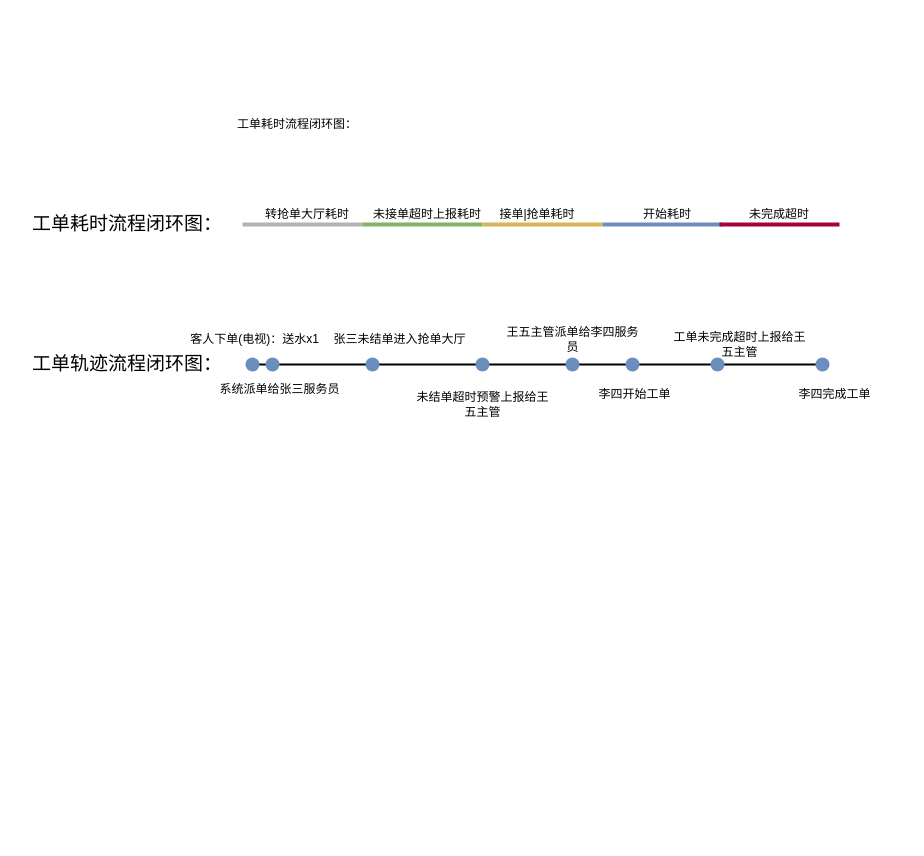
Earlier version of the draw.io diagram xzzh/服务管家流程整理.drawio (daniel-7d/draw). Source tidied: cells renumbered, new cells numbered last; positions are measured from the earlier drawing's top-left corner, leaving out a move shared by most shapes. Both pictures are drawn from the tidied source at 100%, with x=0, y=0 at pixel (22, 109).
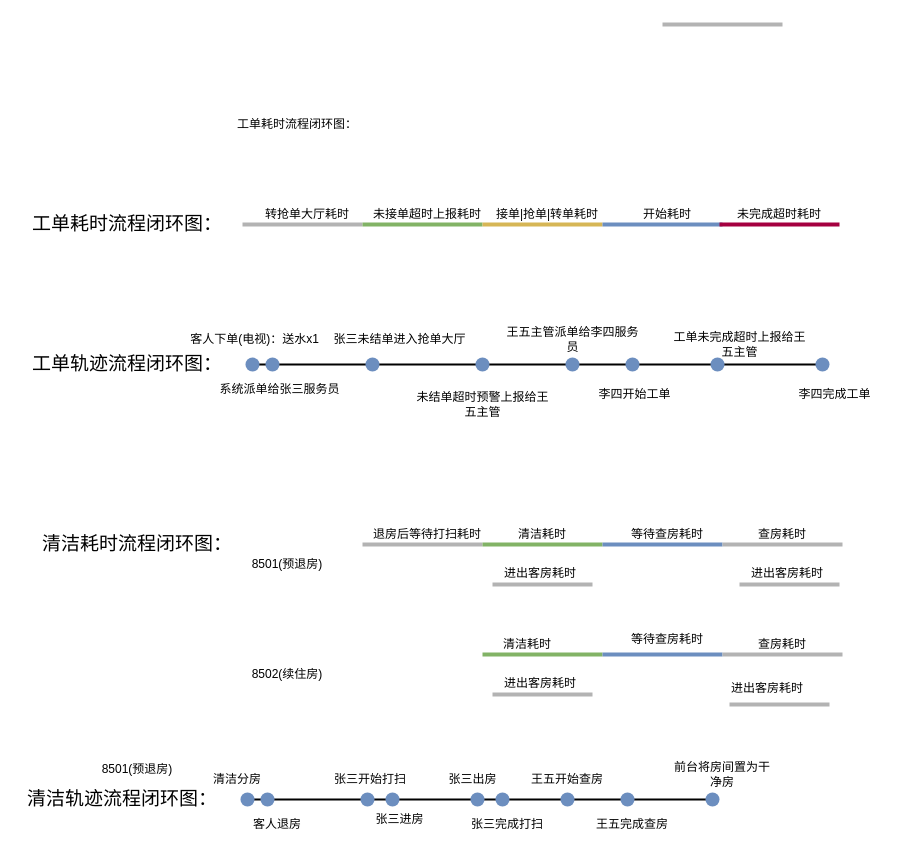
After the change.

Commit message (it also covers changes not shown here):
更新服务管家流程整理.drawio

What changed in the source:
```diff
@@
+    <mxCell id="32" style="line;strokeWidth=2;html=1;" parent="1" vertex="1">
+      <mxGeometry x="220" y="685" width="470" height="10" as="geometry" />
+    </mxCell>
@@
-    <mxCell id="6" value="接单|抢单耗时" style="text;html=1;align=center;verticalAlign=middle;whiteSpace=wrap;rounded=0;" parent="1" vertex="1">
-      <mxGeometry x="450" y="90" width="130" height="30" as="geometry" />
+    <mxCell id="6" value="接单|抢单|转单耗时" style="text;html=1;align=center;verticalAlign=middle;whiteSpace=wrap;rounded=0;" parent="1" vertex="1">
+      <mxGeometry x="460" y="90" width="130" height="30" as="geometry" />
     </mxCell>
@@
-    <mxCell id="10" value="未完成超时" style="text;html=1;align=center;verticalAlign=middle;whiteSpace=wrap;rounded=0;" parent="1" vertex="1">
+    <mxCell id="10" value="未完成超时耗时" style="text;html=1;align=center;verticalAlign=middle;whiteSpace=wrap;rounded=0;" parent="1" vertex="1">
       <mxGeometry x="692" y="90" width="130" height="30" as="geometry" />
     </mxCell>
@@
+    <mxCell id="33" value="&lt;font style=&quot;font-size: 19px;&quot;&gt;清洁耗时流程闭环图：&lt;/font&gt;" style="text;html=1;align=center;verticalAlign=middle;whiteSpace=wrap;rounded=0;" parent="1" vertex="1">
+      <mxGeometry x="10" y="420" width="210" height="30" as="geometry" />
+    </mxCell>
+    <mxCell id="34" style="line;strokeWidth=4;html=1;perimeter=backbonePerimeter;strokeColor=#B3B3B3;" parent="1" vertex="1">
+      <mxGeometry x="340" y="430" width="120" height="10" as="geometry" />
+    </mxCell>
+    <mxCell id="35" style="line;strokeWidth=4;html=1;perimeter=backbonePerimeter;strokeColor=#82b366;fillColor=#d5e8d4;" parent="1" vertex="1">
+      <mxGeometry x="460" y="430" width="120" height="10" as="geometry" />
+    </mxCell>
+    <mxCell id="36" value="退房后等待打扫耗时" style="text;html=1;align=center;verticalAlign=middle;whiteSpace=wrap;rounded=0;" parent="1" vertex="1">
+      <mxGeometry x="340" y="410" width="130" height="30" as="geometry" />
+    </mxCell>
+    <mxCell id="37" value="8501(预退房)" style="text;html=1;align=center;verticalAlign=middle;whiteSpace=wrap;rounded=0;" parent="1" vertex="1">
+      <mxGeometry x="225" y="440" width="80" height="30" as="geometry" />
+    </mxCell>
+    <mxCell id="38" value="清洁耗时" style="text;html=1;align=center;verticalAlign=middle;whiteSpace=wrap;rounded=0;" parent="1" vertex="1">
+      <mxGeometry x="480" y="410" width="80" height="30" as="geometry" />
+    </mxCell>
+    <mxCell id="39" style="line;strokeWidth=4;html=1;perimeter=backbonePerimeter;strokeColor=#B3B3B3;" parent="1" vertex="1">
+      <mxGeometry x="470" y="470" width="100" height="10" as="geometry" />
+    </mxCell>
+    <mxCell id="40" value="进出客房耗时" style="text;whiteSpace=wrap;" parent="1" vertex="1">
+      <mxGeometry x="480" y="450" width="110" height="40" as="geometry" />
+    </mxCell>
+    <mxCell id="41" style="line;strokeWidth=4;html=1;perimeter=backbonePerimeter;strokeColor=#B3B3B3;" parent="1" vertex="1">
+      <mxGeometry x="640" y="-90" width="120" height="10" as="geometry" />
+    </mxCell>
+    <mxCell id="42" style="line;strokeWidth=4;html=1;perimeter=backbonePerimeter;strokeColor=#82b366;fillColor=#d5e8d4;" parent="1" vertex="1">
+      <mxGeometry x="460" y="540" width="120" height="10" as="geometry" />
+    </mxCell>
+    <mxCell id="43" value="8502(续住房)" style="text;html=1;align=center;verticalAlign=middle;whiteSpace=wrap;rounded=0;" parent="1" vertex="1">
+      <mxGeometry x="225" y="550" width="80" height="30" as="geometry" />
+    </mxCell>
+    <mxCell id="44" value="清洁耗时" style="text;html=1;align=center;verticalAlign=middle;whiteSpace=wrap;rounded=0;" parent="1" vertex="1">
+      <mxGeometry x="440" y="520" width="130" height="30" as="geometry" />
+    </mxCell>
+    <mxCell id="45" style="line;strokeWidth=4;html=1;perimeter=backbonePerimeter;strokeColor=#B3B3B3;" parent="1" vertex="1">
+      <mxGeometry x="470" y="580" width="100" height="10" as="geometry" />
+    </mxCell>
+    <mxCell id="46" value="进出客房耗时" style="text;whiteSpace=wrap;" parent="1" vertex="1">
+      <mxGeometry x="480" y="560" width="110" height="40" as="geometry" />
+    </mxCell>
+    <mxCell id="47" value="&lt;font style=&quot;font-size: 19px;&quot;&gt;清洁轨迹流程闭环图：&lt;/font&gt;" style="text;html=1;align=center;verticalAlign=middle;whiteSpace=wrap;rounded=0;" parent="1" vertex="1">
+      <mxGeometry x="-5" y="675" width="210" height="30" as="geometry" />
+    </mxCell>
+    <mxCell id="48" style="shape=waypoint;sketch=0;fillStyle=solid;size=6;fillColor=#dae8fc;perimeter=centerPerimeter;strokeWidth=5;strokeColor=#6c8ebf;" parent="1" vertex="1">
+      <mxGeometry x="215" y="680" width="20" height="20" as="geometry" />
+    </mxCell>
+    <mxCell id="49" style="shape=waypoint;sketch=0;fillStyle=solid;size=6;fillColor=#dae8fc;perimeter=centerPerimeter;strokeWidth=5;strokeColor=#6c8ebf;" parent="1" vertex="1">
+      <mxGeometry x="335" y="680" width="20" height="20" as="geometry" />
+    </mxCell>
+    <mxCell id="50" style="shape=waypoint;sketch=0;fillStyle=solid;size=6;fillColor=#dae8fc;perimeter=centerPerimeter;strokeWidth=5;strokeColor=#6c8ebf;" parent="1" vertex="1">
+      <mxGeometry x="445" y="680" width="20" height="20" as="geometry" />
+    </mxCell>
+    <mxCell id="51" style="shape=waypoint;sketch=0;fillStyle=solid;size=6;fillColor=#dae8fc;perimeter=centerPerimeter;strokeWidth=5;strokeColor=#6c8ebf;" parent="1" vertex="1">
+      <mxGeometry x="535" y="680" width="20" height="20" as="geometry" />
+    </mxCell>
+    <mxCell id="52" style="shape=waypoint;sketch=0;fillStyle=solid;size=6;fillColor=#dae8fc;perimeter=centerPerimeter;strokeWidth=5;strokeColor=#6c8ebf;" parent="1" vertex="1">
+      <mxGeometry x="595" y="680" width="20" height="20" as="geometry" />
+    </mxCell>
+    <mxCell id="53" style="shape=waypoint;sketch=0;fillStyle=solid;size=6;fillColor=#dae8fc;perimeter=centerPerimeter;strokeWidth=5;strokeColor=#6c8ebf;" parent="1" vertex="1">
+      <mxGeometry x="680" y="680" width="20" height="20" as="geometry" />
+    </mxCell>
+    <mxCell id="54" value="清洁分房" style="text;html=1;align=center;verticalAlign=middle;whiteSpace=wrap;rounded=0;" parent="1" vertex="1">
+      <mxGeometry x="175" y="655" width="80" height="30" as="geometry" />
+    </mxCell>
+    <mxCell id="55" style="shape=waypoint;sketch=0;fillStyle=solid;size=6;fillColor=#dae8fc;perimeter=centerPerimeter;strokeWidth=5;strokeColor=#6c8ebf;" parent="1" vertex="1">
+      <mxGeometry x="235" y="680" width="20" height="20" as="geometry" />
+    </mxCell>
+    <mxCell id="56" value="客人退房" style="text;html=1;align=center;verticalAlign=middle;whiteSpace=wrap;rounded=0;" parent="1" vertex="1">
+      <mxGeometry x="220" y="700" width="70" height="30" as="geometry" />
+    </mxCell>
+    <mxCell id="57" value="张三开始打扫" style="text;html=1;align=center;verticalAlign=middle;whiteSpace=wrap;rounded=0;" parent="1" vertex="1">
+      <mxGeometry x="307.5" y="655" width="80" height="30" as="geometry" />
+    </mxCell>
+    <mxCell id="58" value="张三进房" style="text;html=1;align=center;verticalAlign=middle;whiteSpace=wrap;rounded=0;" parent="1" vertex="1">
+      <mxGeometry x="341.2" y="695" width="72.5" height="30" as="geometry" />
+    </mxCell>
+    <mxCell id="59" value="张三完成打扫" style="text;html=1;align=center;verticalAlign=middle;whiteSpace=wrap;rounded=0;" parent="1" vertex="1">
+      <mxGeometry x="445" y="707.5" width="80" height="15" as="geometry" />
+    </mxCell>
+    <mxCell id="60" value="王五开始查房" style="text;html=1;align=center;verticalAlign=middle;whiteSpace=wrap;rounded=0;" parent="1" vertex="1">
+      <mxGeometry x="495" y="655" width="100" height="30" as="geometry" />
+    </mxCell>
+    <mxCell id="61" value="8501(预退房)" style="text;html=1;align=center;verticalAlign=middle;whiteSpace=wrap;rounded=0;" parent="1" vertex="1">
+      <mxGeometry x="75" y="645" width="80" height="30" as="geometry" />
+    </mxCell>
+    <mxCell id="62" style="shape=waypoint;sketch=0;fillStyle=solid;size=6;fillColor=#dae8fc;perimeter=centerPerimeter;strokeWidth=5;strokeColor=#6c8ebf;" parent="1" vertex="1">
+      <mxGeometry x="360" y="680" width="20" height="20" as="geometry" />
+    </mxCell>
+    <mxCell id="63" style="line;strokeWidth=4;html=1;perimeter=backbonePerimeter;strokeColor=#6c8ebf;fillColor=#dae8fc;" parent="1" vertex="1">
+      <mxGeometry x="580" y="430" width="120" height="10" as="geometry" />
+    </mxCell>
+    <mxCell id="64" style="line;strokeWidth=4;html=1;perimeter=backbonePerimeter;strokeColor=#B3B3B3;" parent="1" vertex="1">
+      <mxGeometry x="700" y="430" width="120" height="10" as="geometry" />
+    </mxCell>
+    <mxCell id="65" value="等待查房耗时" style="text;html=1;align=center;verticalAlign=middle;whiteSpace=wrap;rounded=0;" parent="1" vertex="1">
+      <mxGeometry x="605" y="410" width="80" height="30" as="geometry" />
+    </mxCell>
+    <mxCell id="66" value="查房耗时" style="text;html=1;align=center;verticalAlign=middle;whiteSpace=wrap;rounded=0;" parent="1" vertex="1">
+      <mxGeometry x="720" y="410" width="80" height="30" as="geometry" />
+    </mxCell>
+    <mxCell id="67" style="line;strokeWidth=4;html=1;perimeter=backbonePerimeter;strokeColor=#B3B3B3;" parent="1" vertex="1">
+      <mxGeometry x="717" y="470" width="100" height="10" as="geometry" />
+    </mxCell>
+    <mxCell id="68" value="进出客房耗时" style="text;whiteSpace=wrap;" parent="1" vertex="1">
+      <mxGeometry x="727" y="450" width="110" height="40" as="geometry" />
+    </mxCell>
+    <mxCell id="69" value="等待查房耗时" style="text;html=1;align=center;verticalAlign=middle;whiteSpace=wrap;rounded=0;" parent="1" vertex="1">
+      <mxGeometry x="605" y="515" width="80" height="30" as="geometry" />
+    </mxCell>
+    <mxCell id="70" value="查房耗时" style="text;html=1;align=center;verticalAlign=middle;whiteSpace=wrap;rounded=0;" parent="1" vertex="1">
+      <mxGeometry x="720" y="520" width="80" height="30" as="geometry" />
+    </mxCell>
+    <mxCell id="71" style="line;strokeWidth=4;html=1;perimeter=backbonePerimeter;strokeColor=#B3B3B3;" parent="1" vertex="1">
+      <mxGeometry x="707" y="590" width="100" height="10" as="geometry" />
+    </mxCell>
+    <mxCell id="72" style="line;strokeWidth=4;html=1;perimeter=backbonePerimeter;strokeColor=#6c8ebf;fillColor=#dae8fc;" parent="1" vertex="1">
+      <mxGeometry x="580" y="540" width="120" height="10" as="geometry" />
+    </mxCell>
+    <mxCell id="73" style="line;strokeWidth=4;html=1;perimeter=backbonePerimeter;strokeColor=#B3B3B3;" parent="1" vertex="1">
+      <mxGeometry x="700" y="540" width="120" height="10" as="geometry" />
+    </mxCell>
+    <mxCell id="74" value="进出客房耗时" style="text;whiteSpace=wrap;" parent="1" vertex="1">
+      <mxGeometry x="707" y="565" width="110" height="40" as="geometry" />
+    </mxCell>
+    <mxCell id="75" style="shape=waypoint;sketch=0;fillStyle=solid;size=6;fillColor=#dae8fc;perimeter=centerPerimeter;strokeWidth=5;strokeColor=#6c8ebf;" parent="1" vertex="1">
+      <mxGeometry x="470" y="680" width="20" height="20" as="geometry" />
+    </mxCell>
+    <mxCell id="76" value="张三出房" style="text;html=1;align=center;verticalAlign=middle;whiteSpace=wrap;rounded=0;" parent="1" vertex="1">
+      <mxGeometry x="413.8" y="655" width="72.5" height="30" as="geometry" />
+    </mxCell>
+    <mxCell id="77" value="王五完成查房" style="text;html=1;align=center;verticalAlign=middle;whiteSpace=wrap;rounded=0;" parent="1" vertex="1">
+      <mxGeometry x="560" y="700" width="100" height="30" as="geometry" />
+    </mxCell>
+    <mxCell id="78" value="前台将房间置为干净房" style="text;html=1;align=center;verticalAlign=middle;whiteSpace=wrap;rounded=0;" parent="1" vertex="1">
+      <mxGeometry x="650" y="650" width="100" height="30" as="geometry" />
+    </mxCell>
```
